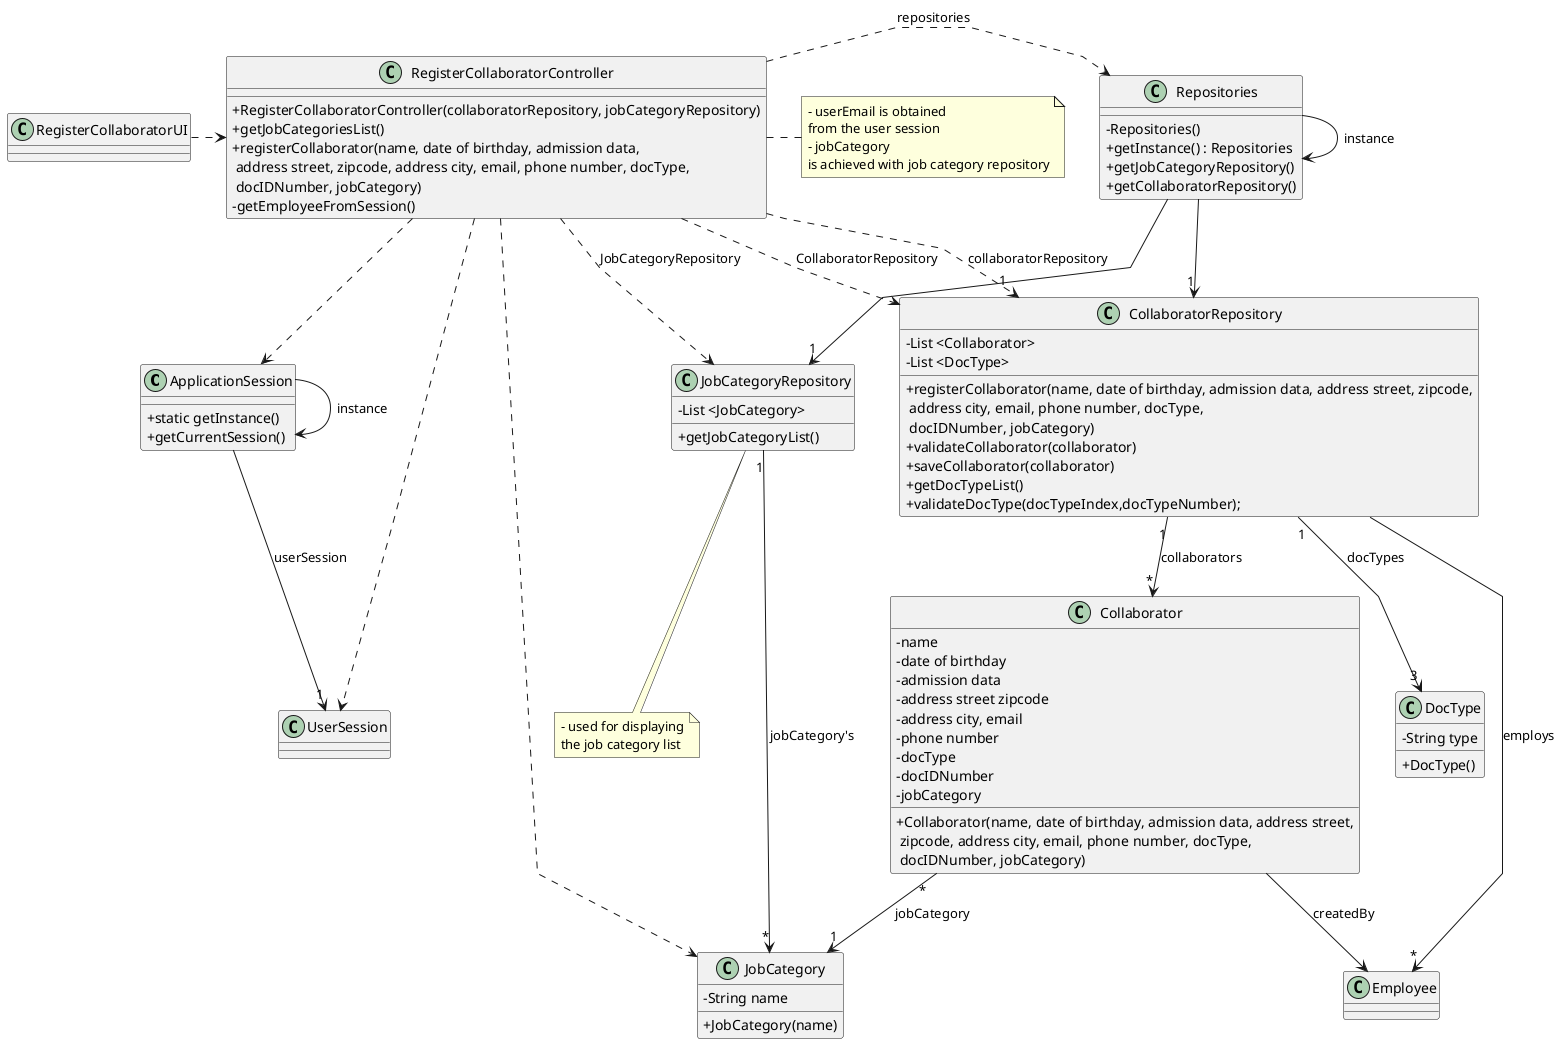
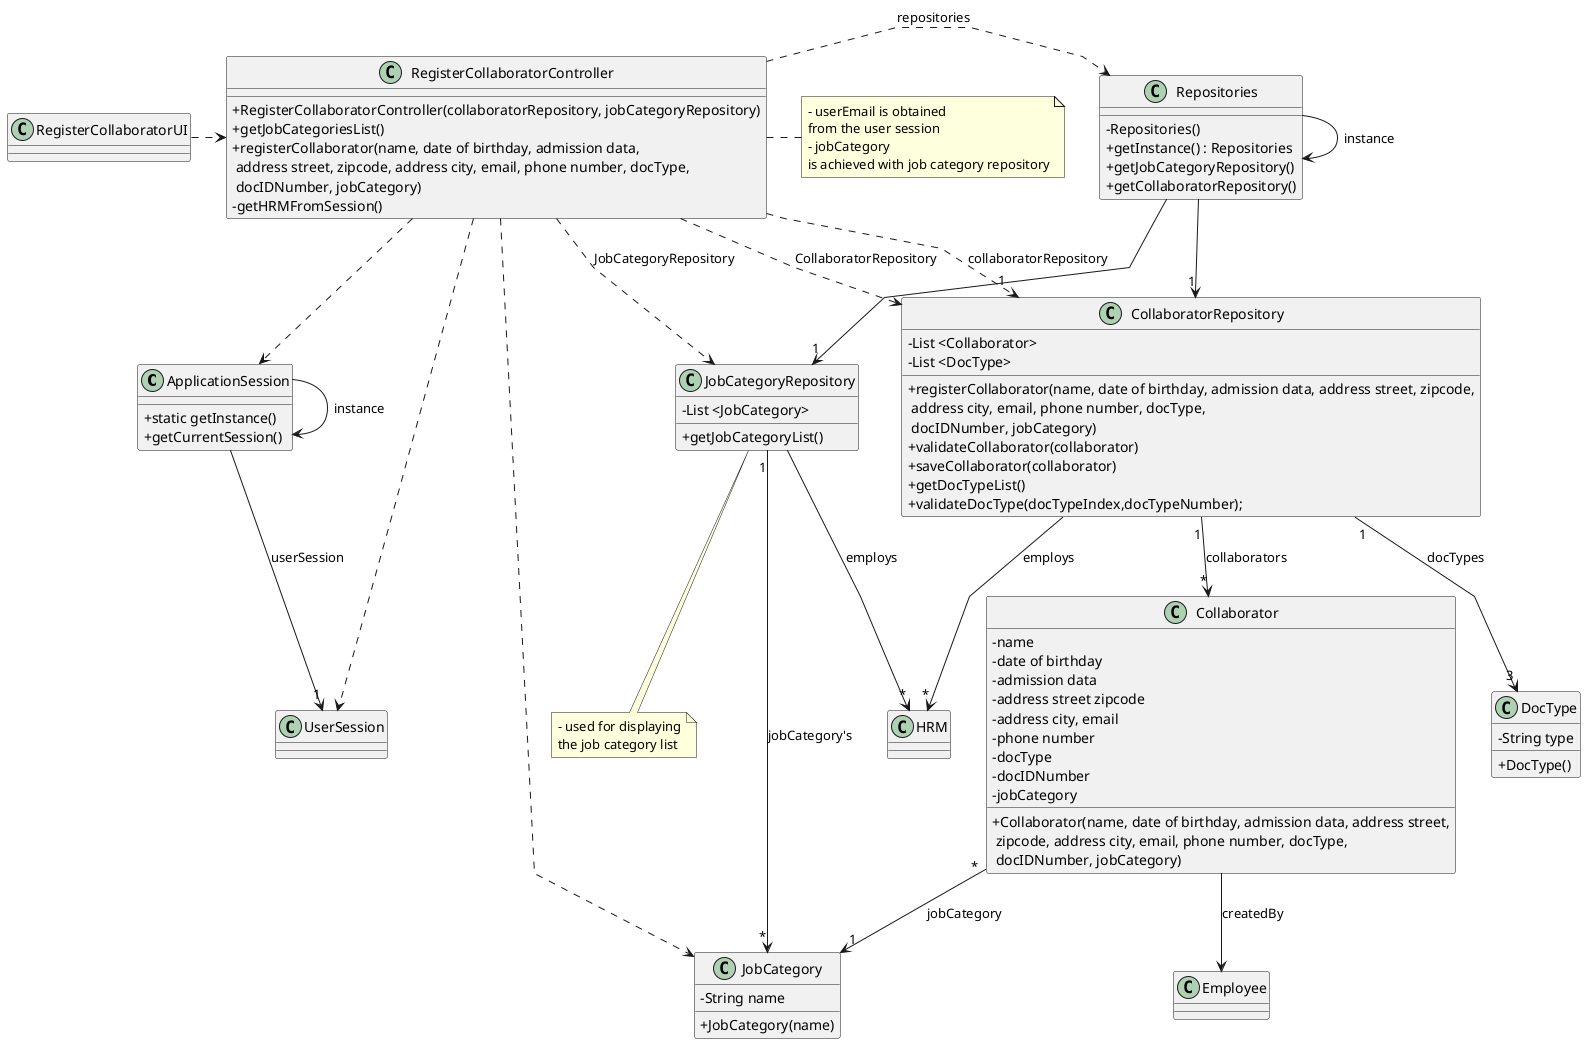
@startuml
'skinparam monochrome true
skinparam packageStyle rectangle
skinparam shadowing false
skinparam linetype polyline
'skinparam linetype orto

skinparam classAttributeIconSize 0

'left to right direction

class ApplicationSession{
    + static getInstance()
    + getCurrentSession()
}

class UserSession{
}

- class Employee {
+ class HRM {
}

class Collaborator {
    - name
    - date of birthday
    - admission data
    - address street zipcode
    - address city, email
    - phone number
    - docType
    - docIDNumber
    - jobCategory

    + Collaborator(name, date of birthday, admission data, address street,\n zipcode, address city, email, phone number, docType,\n docIDNumber, jobCategory)
}

class JobCategory {
    - String name
    + JobCategory(name)
}

class CollaboratorRepository {
    - List <Collaborator>
    - List <DocType>
    + registerCollaborator(name, date of birthday, admission data, address street, zipcode,\n address city, email, phone number, docType,\n docIDNumber, jobCategory)
    + validateCollaborator(collaborator)
    + saveCollaborator(collaborator)
    + getDocTypeList()
    + validateDocType(docTypeIndex,docTypeNumber);
}

class DocType{
    -String type
    +DocType()
}

class JobCategoryRepository {
    - List <JobCategory>
    + getJobCategoryList()
}


class Repositories {
    - Repositories()
    + getInstance() : Repositories
    + getJobCategoryRepository()
    + getCollaboratorRepository()
}

class RegisterCollaboratorController {
    + RegisterCollaboratorController(collaboratorRepository, jobCategoryRepository)
    + getJobCategoriesList()
    + registerCollaborator(name, date of birthday, admission data,\n address street, zipcode, address city, email, phone number, docType,\n docIDNumber, jobCategory)
-     - getEmployeeFromSession()
+     - getHRMFromSession()
}

note right of RegisterCollaboratorController
    - userEmail is obtained
    from the user session
    - jobCategory
    is achieved with job category repository
end note

note bottom of JobCategoryRepository
    - used for displaying
    the job category list
end note

class RegisterCollaboratorUI {
}

Repositories -> Repositories : instance
ApplicationSession -> ApplicationSession : instance

RegisterCollaboratorUI .> RegisterCollaboratorController

RegisterCollaboratorController .> Repositories : repositories

Repositories -> "1" JobCategoryRepository

RegisterCollaboratorController ..> JobCategory
RegisterCollaboratorController ..> CollaboratorRepository : CollaboratorRepository
RegisterCollaboratorController ..> JobCategoryRepository : JobCategoryRepository

Repositories --> "1" CollaboratorRepository

ApplicationSession --> "1" UserSession : userSession
RegisterCollaboratorController ..> "1" CollaboratorRepository : collaboratorRepository
RegisterCollaboratorController ..> ApplicationSession
RegisterCollaboratorController ..> UserSession
Collaborator "*" --> "1" JobCategory : jobCategory
JobCategoryRepository "1" --> "*" JobCategory : jobCategory's
CollaboratorRepository "1" --> "*" Collaborator : collaborators
CollaboratorRepository "1" --> "3" DocType : docTypes
Collaborator --> Employee : createdBy

- CollaboratorRepository --> "*" Employee : employs
+ CollaboratorRepository --> "*" HRM : employs
+ JobCategoryRepository --> "*" HRM : employs
+ 

@enduml